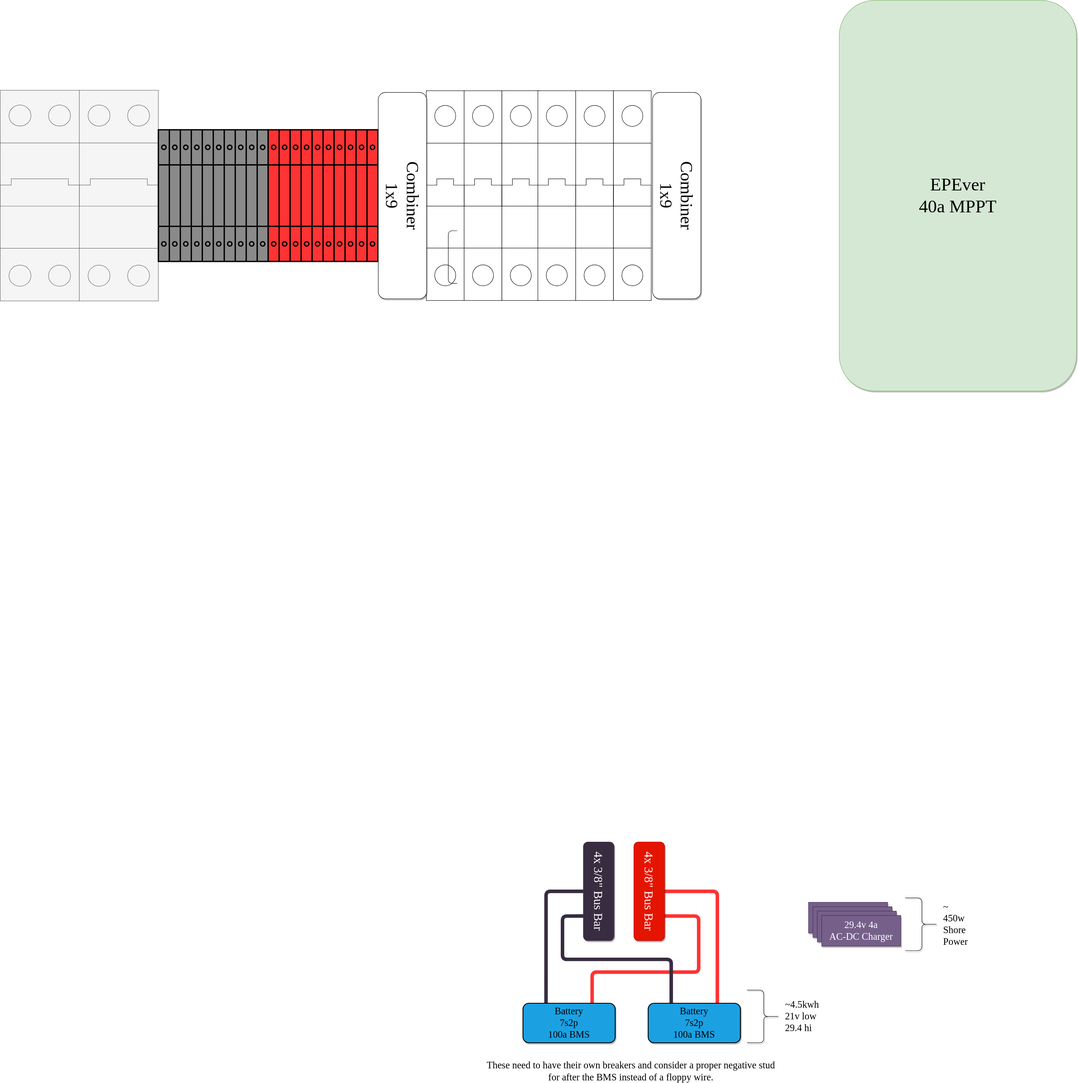
Above: gary-bussy-electrical.drawio.svg in clomads/gary-bussy (draw.io), before the change. Source tidied: cells renumbered, new cells last; positions are measured from the earlier drawing's top-left corner, leaving out a move shared by most shapes.
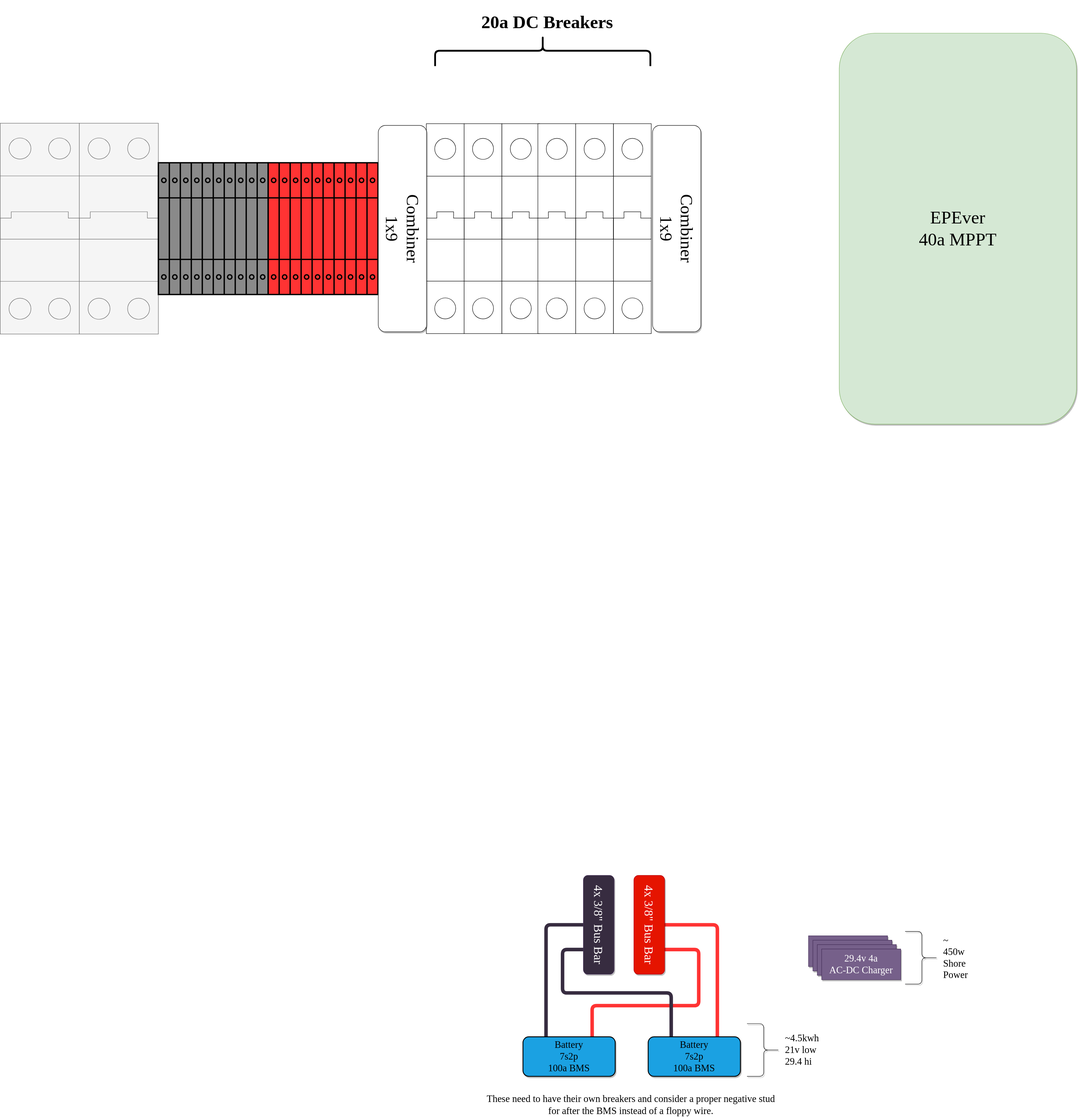
The same file after the commit.

What changed in the source:
```diff
@@ -66,8 +66,11 @@
     <mxCell id="17" value="EPEver&lt;br style=&quot;font-size: 41px;&quot;&gt;40a MPPT" style="rounded=1;whiteSpace=wrap;html=1;shadow=1;sketch=0;fontFamily=League Spartan;fontSource=https%3A%2F%2Ffonts.googleapis.com%2Fcss%3Ffamily%3DLeague%2BSpartan;fontSize=41;fillColor=#d5e8d4;strokeColor=#82b366;" parent="1" vertex="1">
       <mxGeometry x="1910" width="540" height="890" as="geometry" />
     </mxCell>
+    <mxCell id="32" style="group;" parent="1" vertex="1">
+      <mxGeometry y="-75" width="1595" height="760" as="geometry" />
+    </mxCell>
-    <mxCell id="18" style="group;" parent="1" vertex="1">
-      <mxGeometry y="205" width="1595" height="480" as="geometry" />
+    <mxCell id="18" style="group;" parent="32" vertex="1">
+      <mxGeometry y="280" width="1595" height="480" as="geometry" />
     </mxCell>
     <mxCell id="19" style="verticalLabelPosition=bottom;dashed=0;shadow=0;html=1;align=center;verticalAlign=top;shape=mxgraph.cabinets.cb_2p;sketch=0;fontFamily=League Spartan;fontSource=https%3A%2F%2Ffonts.googleapis.com%2Fcss%3Ffamily%3DLeague%2BSpartan;fontSize=27;fillColor=#f5f5f5;fontColor=#333333;strokeColor=#666666;" parent="18" vertex="1">
       <mxGeometry width="180" height="480" as="geometry" />
@@ -105,8 +108,14 @@
     <mxCell id="30" value="Combiner&lt;br style=&quot;font-size: 39px;&quot;&gt;1x9" style="rounded=1;whiteSpace=wrap;html=1;shadow=1;sketch=0;fontFamily=League Spartan;fontSource=https%3A%2F%2Ffonts.googleapis.com%2Fcss%3Ffamily%3DLeague%2BSpartan;fontSize=39;rotation=90;" parent="18" vertex="1">
       <mxGeometry x="1304.9" y="185" width="470.2" height="110" as="geometry" />
     </mxCell>
-    <mxCell id="31" style="shape=curlyBracket;whiteSpace=wrap;html=1;rounded=1;labelPosition=left;verticalLabelPosition=middle;align=right;verticalAlign=middle;fontSize=41;size=0;" parent="1" vertex="1">
-      <mxGeometry x="1020" y="525" width="20" height="120" as="geometry" />
-    </mxCell>
+    <mxCell id="33" style="group;" parent="32" vertex="1">
+      <mxGeometry x="990" width="490" height="150" as="geometry" />
+    </mxCell>
+    <mxCell id="34" style="shape=curlyBracket;whiteSpace=wrap;html=1;rounded=1;flipH=1;labelPosition=right;verticalLabelPosition=middle;align=left;verticalAlign=middle;sketch=0;strokeColor=default;fontSize=41;direction=south;strokeWidth=4;" parent="33" vertex="1">
+      <mxGeometry y="80" width="490" height="70" as="geometry" />
+    </mxCell>
+    <mxCell id="35" value="20a DC Breakers" style="text;html=1;align=center;verticalAlign=middle;strokeColor=none;fillColor=none;fontSize=41;fontFamily=League Spartan;fontSource=https%3A%2F%2Ffonts.googleapis.com%2Fcss%3Ffamily%3DLeague%2BSpartan;fontStyle=1;" parent="33" vertex="1">
+      <mxGeometry x="99.8" y="20" width="310" height="60" as="geometry" />
+    </mxCell>
   </root>
 </mxGraphModel>
```
